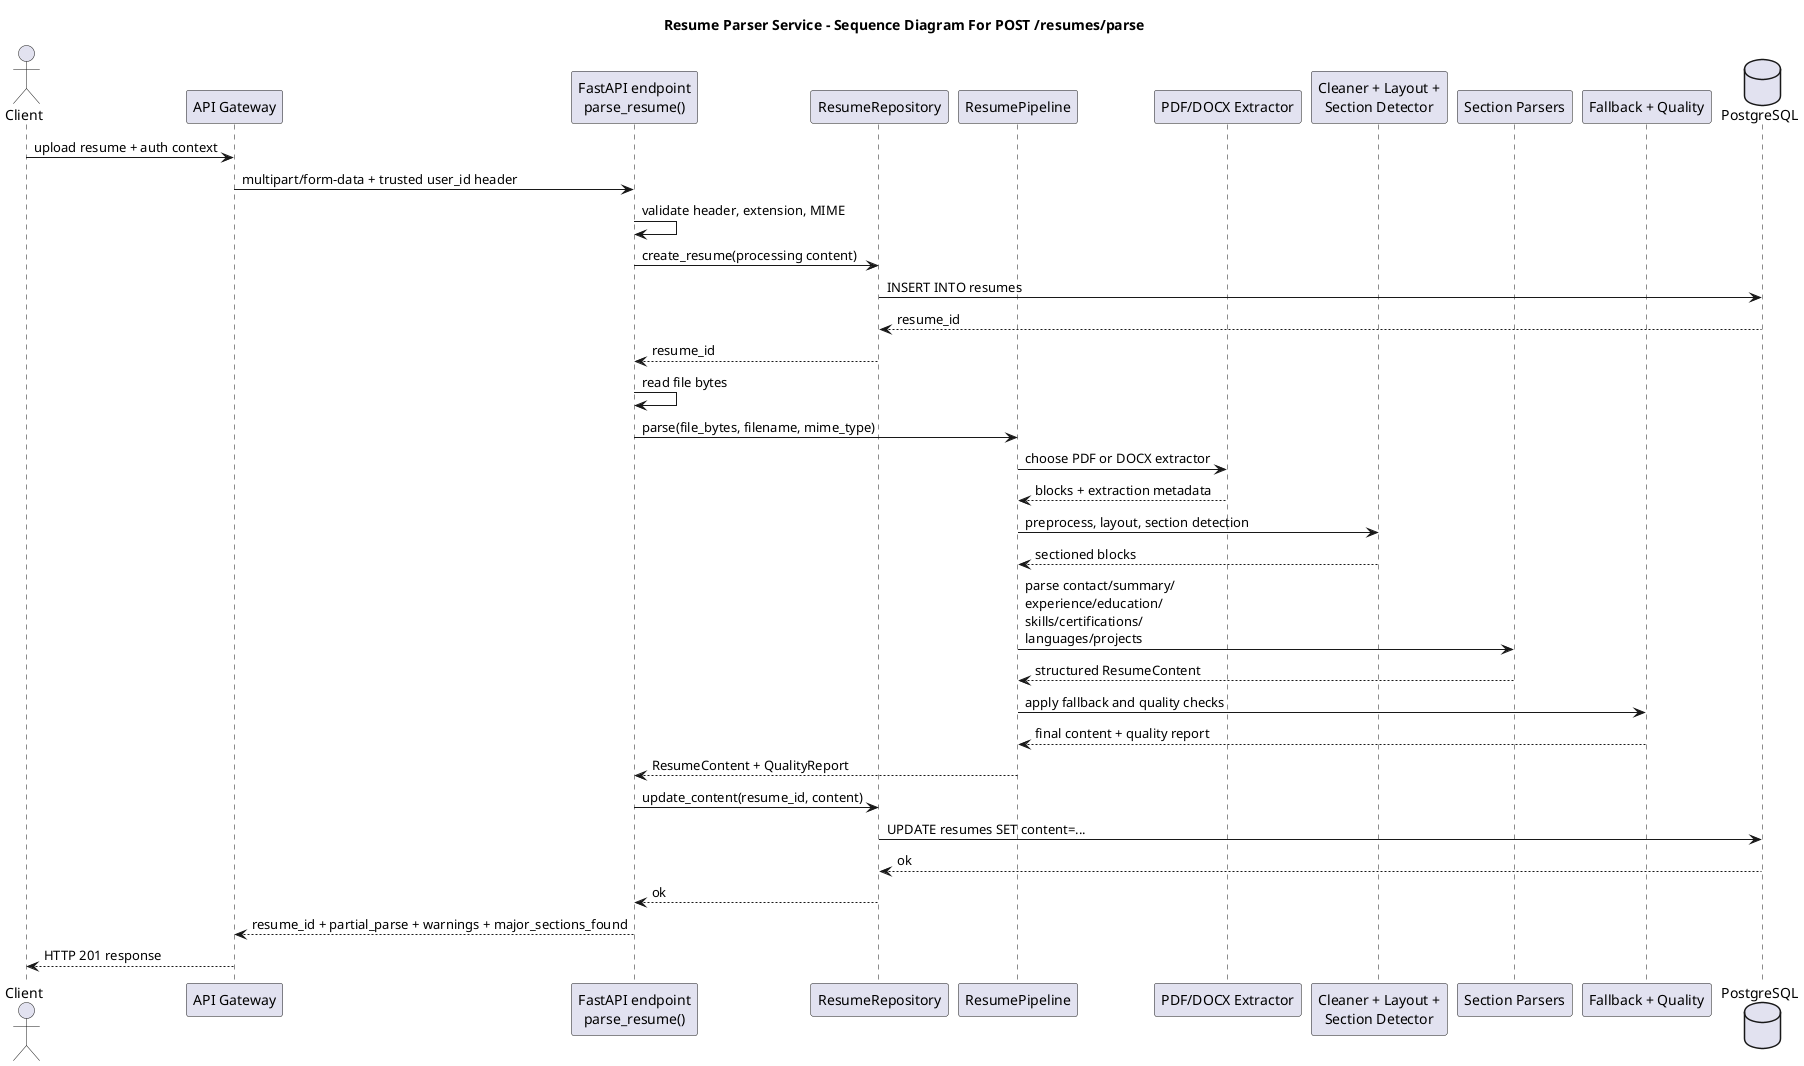
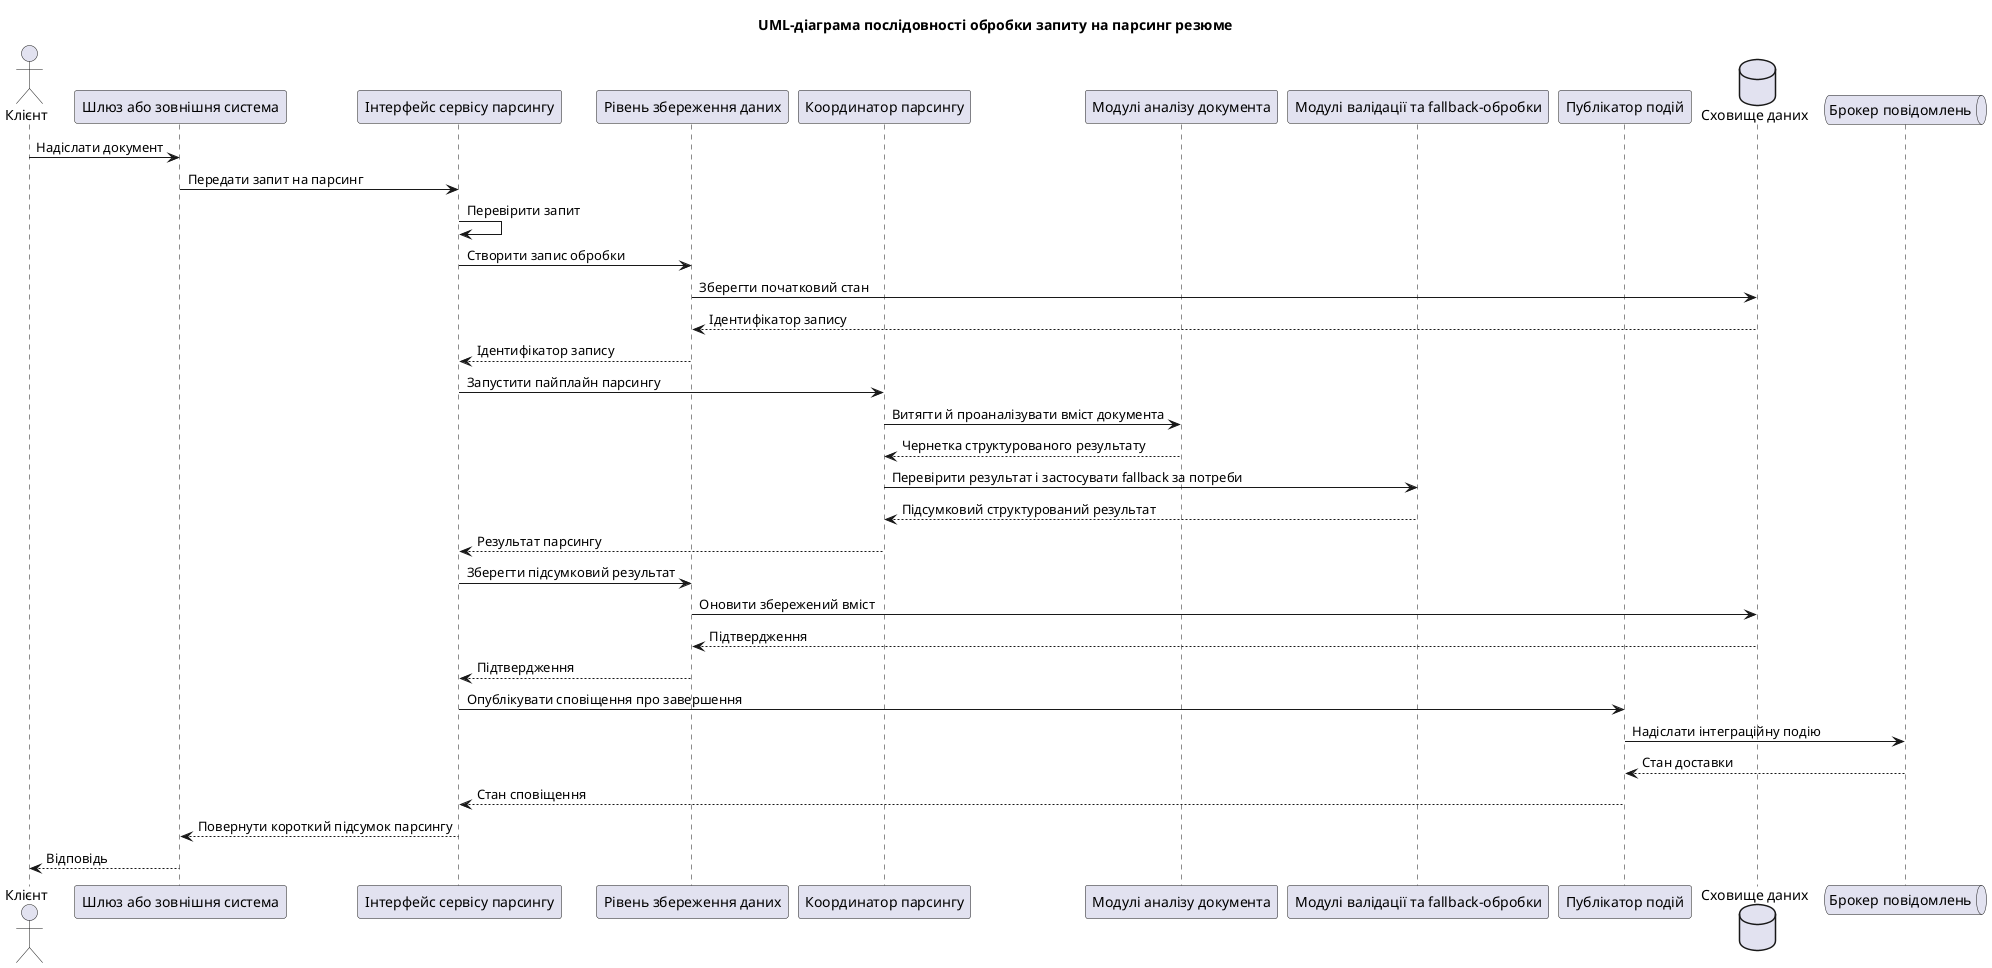
@startuml
- title Resume Parser Service - Sequence Diagram For POST /resumes/parse
+ title UML-діаграма послідовності обробки запиту на парсинг резюме

- actor Client
- participant "API Gateway" as Gateway
- participant "FastAPI endpoint\nparse_resume()" as API
- participant "ResumeRepository" as Repo
- participant "ResumePipeline" as Pipeline
- participant "PDF/DOCX Extractor" as Extractor
- participant "Cleaner + Layout +\nSection Detector" as Detection
- participant "Section Parsers" as Parsers
- participant "Fallback + Quality" as Quality
- database "PostgreSQL" as PG
+ actor Клієнт as Client
+ participant "Шлюз або зовнішня система" as Gateway
+ participant "Інтерфейс сервісу парсингу" as API
+ participant "Рівень збереження даних" as Persistence
+ participant "Координатор парсингу" as Coordinator
+ participant "Модулі аналізу документа" as Analysis
+ participant "Модулі валідації та fallback-обробки" as Validation
+ participant "Публікатор подій" as Publisher
+ database "Сховище даних" as Storage
+ queue "Брокер повідомлень" as Broker

- Client -> Gateway : upload resume + auth context
- Gateway -> API : multipart/form-data + trusted user_id header
+ Client -> Gateway : Надіслати документ
+ Gateway -> API : Передати запит на парсинг

- API -> API : validate header, extension, MIME
- API -> Repo : create_resume(processing content)
- Repo -> PG : INSERT INTO resumes
- PG --> Repo : resume_id
- Repo --> API : resume_id
+ API -> API : Перевірити запит
+ API -> Persistence : Створити запис обробки
+ Persistence -> Storage : Зберегти початковий стан
+ Storage --> Persistence : Ідентифікатор запису
+ Persistence --> API : Ідентифікатор запису

- API -> API : read file bytes
- API -> Pipeline : parse(file_bytes, filename, mime_type)
+ API -> Coordinator : Запустити пайплайн парсингу
+ Coordinator -> Analysis : Витягти й проаналізувати вміст документа
+ Analysis --> Coordinator : Чернетка структурованого результату
+ Coordinator -> Validation : Перевірити результат і застосувати fallback за потреби
+ Validation --> Coordinator : Підсумковий структурований результат
+ Coordinator --> API : Результат парсингу

- Pipeline -> Extractor : choose PDF or DOCX extractor
- Extractor --> Pipeline : blocks + extraction metadata
- Pipeline -> Detection : preprocess, layout, section detection
- Detection --> Pipeline : sectioned blocks
- Pipeline -> Parsers : parse contact/summary/\nexperience/education/\nskills/certifications/\nlanguages/projects
- Parsers --> Pipeline : structured ResumeContent
- Pipeline -> Quality : apply fallback and quality checks
- Quality --> Pipeline : final content + quality report
- Pipeline --> API : ResumeContent + QualityReport
+ API -> Persistence : Зберегти підсумковий результат
+ Persistence -> Storage : Оновити збережений вміст
+ Storage --> Persistence : Підтвердження
+ Persistence --> API : Підтвердження

- API -> Repo : update_content(resume_id, content)
- Repo -> PG : UPDATE resumes SET content=...
- PG --> Repo : ok
- Repo --> API : ok
+ API -> Publisher : Опублікувати сповіщення про завершення
+ Publisher -> Broker : Надіслати інтеграційну подію
+ Broker --> Publisher : Стан доставки
+ Publisher --> API : Стан сповіщення

- API --> Gateway : resume_id + partial_parse + warnings + major_sections_found
- Gateway --> Client : HTTP 201 response
+ API --> Gateway : Повернути короткий підсумок парсингу
+ Gateway --> Client : Відповідь
@enduml
